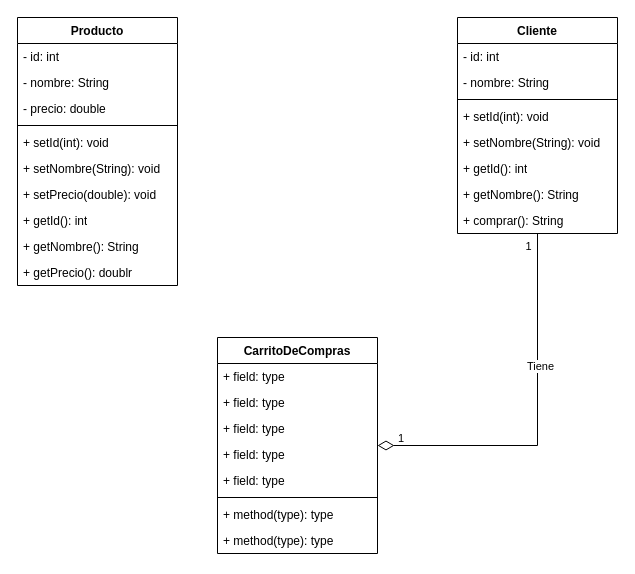
Before: Diagrama sin título.drawio in DerickLagunes/POO, a draw.io diagram. Source tidied: cells renumbered, new cells numbered last; positions are measured from the earlier drawing's top-left corner, leaving out a move shared by most shapes. Both pictures are drawn from the tidied source at 100%, with x=0, y=0 at pixel (17, 17).
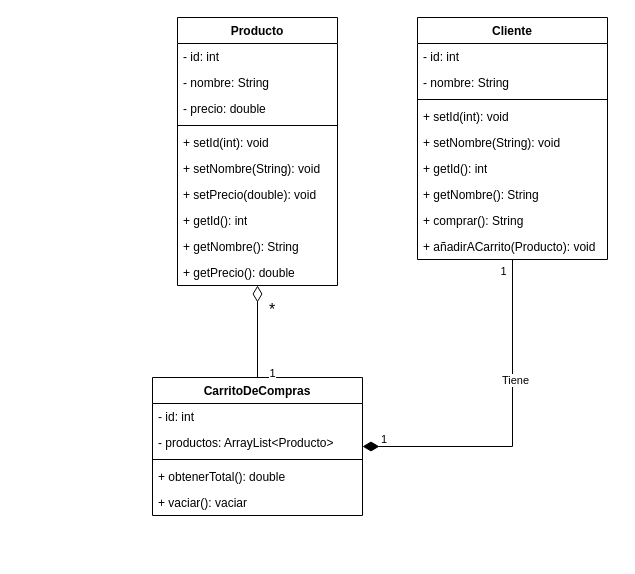
The same diagram, later.

What changed in the source:
```diff
@@
     <mxCell id="2" value="Producto" style="swimlane;fontStyle=1;align=center;verticalAlign=top;horizontal=1;startSize=26;whiteSpace=wrap;html=1;" parent="1" vertex="1">
-      <mxGeometry width="160" height="268" as="geometry" />
+      <mxGeometry x="160" width="160" height="268" as="geometry" />
     </mxCell>
@@
-    <mxCell id="12" value="+ getPrecio(): doublr" style="text;strokeColor=none;fillColor=none;align=left;verticalAlign=top;spacingLeft=4;spacingRight=4;overflow=hidden;whiteSpace=wrap;html=1;" parent="2" vertex="1">
+    <mxCell id="12" value="+ getPrecio(): double" style="text;strokeColor=none;fillColor=none;align=left;verticalAlign=top;spacingLeft=4;spacingRight=4;overflow=hidden;whiteSpace=wrap;html=1;" parent="2" vertex="1">
       <mxGeometry y="242" width="160" height="26" as="geometry" />
     </mxCell>
     <mxCell id="13" value="Cliente" style="swimlane;fontStyle=1;align=center;verticalAlign=top;horizontal=1;startSize=26;whiteSpace=wrap;html=1;" parent="1" vertex="1">
-      <mxGeometry x="440" width="160" height="216" as="geometry" />
+      <mxGeometry x="400" width="190" height="242" as="geometry" />
     </mxCell>
     <mxCell id="14" value="- id: int" style="text;strokeColor=none;fillColor=none;align=left;verticalAlign=top;spacingLeft=4;spacingRight=4;overflow=hidden;whiteSpace=wrap;html=1;" parent="13" vertex="1">
-      <mxGeometry y="26" width="160" height="26" as="geometry" />
+      <mxGeometry y="26" width="190" height="26" as="geometry" />
     </mxCell>
     <mxCell id="15" value="- nombre: String" style="text;strokeColor=none;fillColor=none;align=left;verticalAlign=top;spacingLeft=4;spacingRight=4;overflow=hidden;whiteSpace=wrap;html=1;" parent="13" vertex="1">
-      <mxGeometry y="52" width="160" height="26" as="geometry" />
+      <mxGeometry y="52" width="190" height="26" as="geometry" />
     </mxCell>
     <mxCell id="16" style="line;strokeWidth=1;fillColor=none;align=left;verticalAlign=middle;spacingTop=-1;spacingLeft=3;spacingRight=3;labelPosition=right;strokeColor=inherit;" parent="13" vertex="1">
-      <mxGeometry y="78" width="160" height="8" as="geometry" />
+      <mxGeometry y="78" width="190" height="8" as="geometry" />
     </mxCell>
     <mxCell id="17" value="+ setId(int): void" style="text;strokeColor=none;fillColor=none;align=left;verticalAlign=top;spacingLeft=4;spacingRight=4;overflow=hidden;whiteSpace=wrap;html=1;" parent="13" vertex="1">
-      <mxGeometry y="86" width="160" height="26" as="geometry" />
+      <mxGeometry y="86" width="190" height="26" as="geometry" />
     </mxCell>
     <mxCell id="18" value="+ setNombre(String): void" style="text;strokeColor=none;fillColor=none;align=left;verticalAlign=top;spacingLeft=4;spacingRight=4;overflow=hidden;whiteSpace=wrap;html=1;" parent="13" vertex="1">
-      <mxGeometry y="112" width="160" height="26" as="geometry" />
+      <mxGeometry y="112" width="190" height="26" as="geometry" />
     </mxCell>
     <mxCell id="19" value="+ getId(): int" style="text;strokeColor=none;fillColor=none;align=left;verticalAlign=top;spacingLeft=4;spacingRight=4;overflow=hidden;whiteSpace=wrap;html=1;" parent="13" vertex="1">
-      <mxGeometry y="138" width="160" height="26" as="geometry" />
+      <mxGeometry y="138" width="190" height="26" as="geometry" />
     </mxCell>
     <mxCell id="20" value="+ getNombre(): String" style="text;strokeColor=none;fillColor=none;align=left;verticalAlign=top;spacingLeft=4;spacingRight=4;overflow=hidden;whiteSpace=wrap;html=1;" parent="13" vertex="1">
-      <mxGeometry y="164" width="160" height="26" as="geometry" />
+      <mxGeometry y="164" width="190" height="26" as="geometry" />
     </mxCell>
     <mxCell id="21" value="+ comprar(): String" style="text;strokeColor=none;fillColor=none;align=left;verticalAlign=top;spacingLeft=4;spacingRight=4;overflow=hidden;whiteSpace=wrap;html=1;" parent="13" vertex="1">
-      <mxGeometry y="190" width="160" height="26" as="geometry" />
+      <mxGeometry y="190" width="190" height="26" as="geometry" />
     </mxCell>
+    <mxCell id="34" value="+ añadirACarrito(Producto): void" style="text;strokeColor=none;fillColor=none;align=left;verticalAlign=top;spacingLeft=4;spacingRight=4;overflow=hidden;whiteSpace=wrap;html=1;" parent="13" vertex="1">
+      <mxGeometry y="216" width="190" height="26" as="geometry" />
+    </mxCell>
     <mxCell id="22" value="CarritoDeCompras" style="swimlane;fontStyle=1;align=center;verticalAlign=top;horizontal=1;startSize=26;whiteSpace=wrap;html=1;" parent="1" vertex="1">
-      <mxGeometry x="200" y="320" width="160" height="216" as="geometry" />
+      <mxGeometry x="135" y="360" width="210" height="138" as="geometry" />
     </mxCell>
-    <mxCell id="23" value="+ field: type" style="text;strokeColor=none;fillColor=none;align=left;verticalAlign=top;spacingLeft=4;spacingRight=4;overflow=hidden;whiteSpace=wrap;html=1;" parent="22" vertex="1">
-      <mxGeometry y="26" width="160" height="26" as="geometry" />
+    <mxCell id="23" value="- id: int" style="text;strokeColor=none;fillColor=none;align=left;verticalAlign=top;spacingLeft=4;spacingRight=4;overflow=hidden;whiteSpace=wrap;html=1;" parent="22" vertex="1">
+      <mxGeometry y="26" width="210" height="26" as="geometry" />
     </mxCell>
-    <mxCell id="24" value="+ field: type" style="text;strokeColor=none;fillColor=none;align=left;verticalAlign=top;spacingLeft=4;spacingRight=4;overflow=hidden;whiteSpace=wrap;html=1;" parent="22" vertex="1">
-      <mxGeometry y="52" width="160" height="26" as="geometry" />
-    </mxCell>
-    <mxCell id="25" value="+ field: type" style="text;strokeColor=none;fillColor=none;align=left;verticalAlign=top;spacingLeft=4;spacingRight=4;overflow=hidden;whiteSpace=wrap;html=1;" parent="22" vertex="1">
-      <mxGeometry y="78" width="160" height="26" as="geometry" />
-    </mxCell>
-    <mxCell id="26" value="+ field: type" style="text;strokeColor=none;fillColor=none;align=left;verticalAlign=top;spacingLeft=4;spacingRight=4;overflow=hidden;whiteSpace=wrap;html=1;" parent="22" vertex="1">
-      <mxGeometry y="104" width="160" height="26" as="geometry" />
+    <mxCell id="26" value="- productos: ArrayList&amp;lt;Producto&amp;gt;" style="text;strokeColor=none;fillColor=none;align=left;verticalAlign=top;spacingLeft=4;spacingRight=4;overflow=hidden;whiteSpace=wrap;html=1;" parent="22" vertex="1">
+      <mxGeometry y="52" width="210" height="26" as="geometry" />
     </mxCell>
-    <mxCell id="27" value="+ field: type" style="text;strokeColor=none;fillColor=none;align=left;verticalAlign=top;spacingLeft=4;spacingRight=4;overflow=hidden;whiteSpace=wrap;html=1;" parent="22" vertex="1">
-      <mxGeometry y="130" width="160" height="26" as="geometry" />
-    </mxCell>
     <mxCell id="28" style="line;strokeWidth=1;fillColor=none;align=left;verticalAlign=middle;spacingTop=-1;spacingLeft=3;spacingRight=3;labelPosition=right;strokeColor=inherit;" parent="22" vertex="1">
-      <mxGeometry y="156" width="160" height="8" as="geometry" />
+      <mxGeometry y="78" width="210" height="8" as="geometry" />
     </mxCell>
-    <mxCell id="29" value="+ method(type): type" style="text;strokeColor=none;fillColor=none;align=left;verticalAlign=top;spacingLeft=4;spacingRight=4;overflow=hidden;whiteSpace=wrap;html=1;" parent="22" vertex="1">
-      <mxGeometry y="164" width="160" height="26" as="geometry" />
+    <mxCell id="29" value="+ obtenerTotal(): double" style="text;strokeColor=none;fillColor=none;align=left;verticalAlign=top;spacingLeft=4;spacingRight=4;overflow=hidden;whiteSpace=wrap;html=1;" parent="22" vertex="1">
+      <mxGeometry y="86" width="210" height="26" as="geometry" />
     </mxCell>
-    <mxCell id="30" value="+ method(type): type" style="text;strokeColor=none;fillColor=none;align=left;verticalAlign=top;spacingLeft=4;spacingRight=4;overflow=hidden;whiteSpace=wrap;html=1;" parent="22" vertex="1">
-      <mxGeometry y="190" width="160" height="26" as="geometry" />
-    </mxCell>
+    <mxCell id="35" value="+ vaciar(): vaciar" style="text;strokeColor=none;fillColor=none;align=left;verticalAlign=top;spacingLeft=4;spacingRight=4;overflow=hidden;whiteSpace=wrap;html=1;" parent="22" vertex="1">
+      <mxGeometry y="112" width="210" height="26" as="geometry" />
+    </mxCell>
-    <mxCell id="31" value="1" style="endArrow=none;html=1;endSize=12;startArrow=diamondThin;startSize=14;startFill=0;edgeStyle=orthogonalEdgeStyle;align=left;verticalAlign=bottom;rounded=0;endFill=0;fontSize=11;" parent="1" edge="1" source="22" target="13">
+    <mxCell id="31" value="1" style="endArrow=none;html=1;endSize=12;startArrow=diamondThin;startSize=14;startFill=1;edgeStyle=orthogonalEdgeStyle;align=left;verticalAlign=bottom;rounded=0;endFill=0;fontSize=11;" parent="1" edge="1" source="22" target="13">
       <mxGeometry x="-0.9" y="-2" relative="1" as="geometry" />
     </mxCell>
@@
+    <mxCell id="36" value="&lt;font style=&quot;font-size: 16px;&quot;&gt;*&lt;/font&gt;" style="endArrow=none;html=1;endSize=12;startArrow=diamondThin;startSize=14;startFill=0;edgeStyle=orthogonalEdgeStyle;align=left;verticalAlign=bottom;rounded=0;" parent="1" edge="1" source="2" target="22">
+      <mxGeometry x="-0.22" y="10" relative="1" as="geometry" />
+    </mxCell>
+    <mxCell id="37" value="1" style="edgeLabel;html=1;align=center;verticalAlign=middle;" parent="36" vertex="1">
+      <mxGeometry x="0.89" y="-2" relative="1" as="geometry">
+        <mxPoint x="16" as="offset" />
+      </mxGeometry>
+    </mxCell>
```
